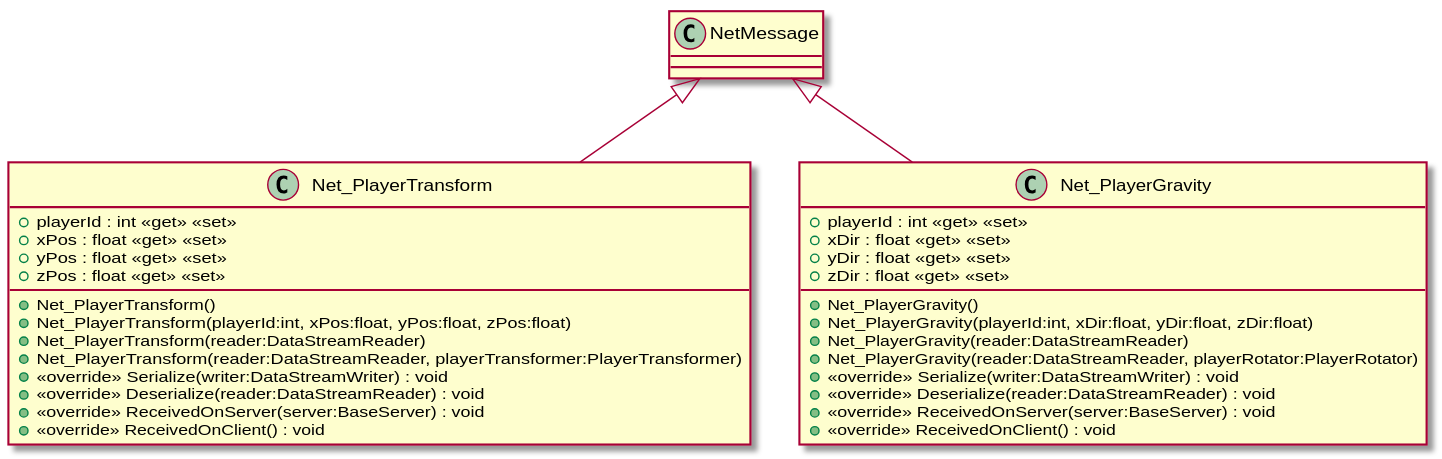
Before: UML/Network/Shared/Net_PlayerTransform.svg, a diagram exported from PlantUML (McYvar/NetworkProgramming).
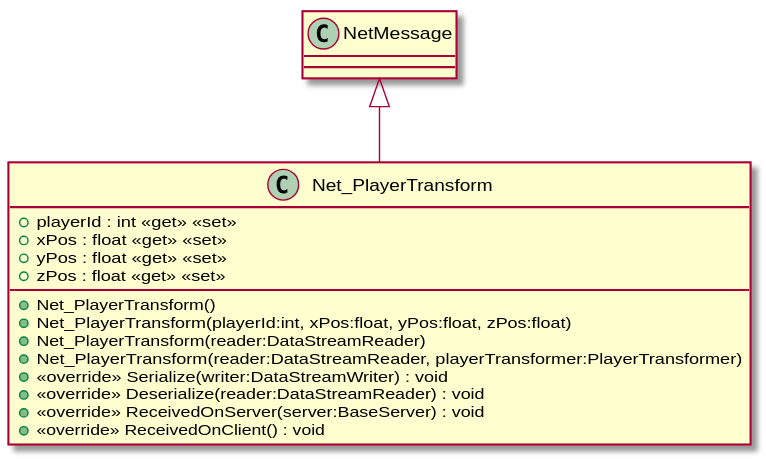
Later version of the same file.

Change to the diagram source:
```diff
@@ -13,20 +13,5 @@
     + <<override>> ReceivedOnServer(server:BaseServer) : void
     + <<override>> ReceivedOnClient() : void
 }
-class Net_PlayerGravity {
-    + playerId : int <<get>> <<set>>
-    + xDir : float <<get>> <<set>>
-    + yDir : float <<get>> <<set>>
-    + zDir : float <<get>> <<set>>
-    + Net_PlayerGravity()
-    + Net_PlayerGravity(playerId:int, xDir:float, yDir:float, zDir:float)
-    + Net_PlayerGravity(reader:DataStreamReader)
-    + Net_PlayerGravity(reader:DataStreamReader, playerRotator:PlayerRotator)
-    + <<override>> Serialize(writer:DataStreamWriter) : void
-    + <<override>> Deserialize(reader:DataStreamReader) : void
-    + <<override>> ReceivedOnServer(server:BaseServer) : void
-    + <<override>> ReceivedOnClient() : void
-}
 NetMessage <|-- Net_PlayerTransform
-NetMessage <|-- Net_PlayerGravity
 @enduml
```
